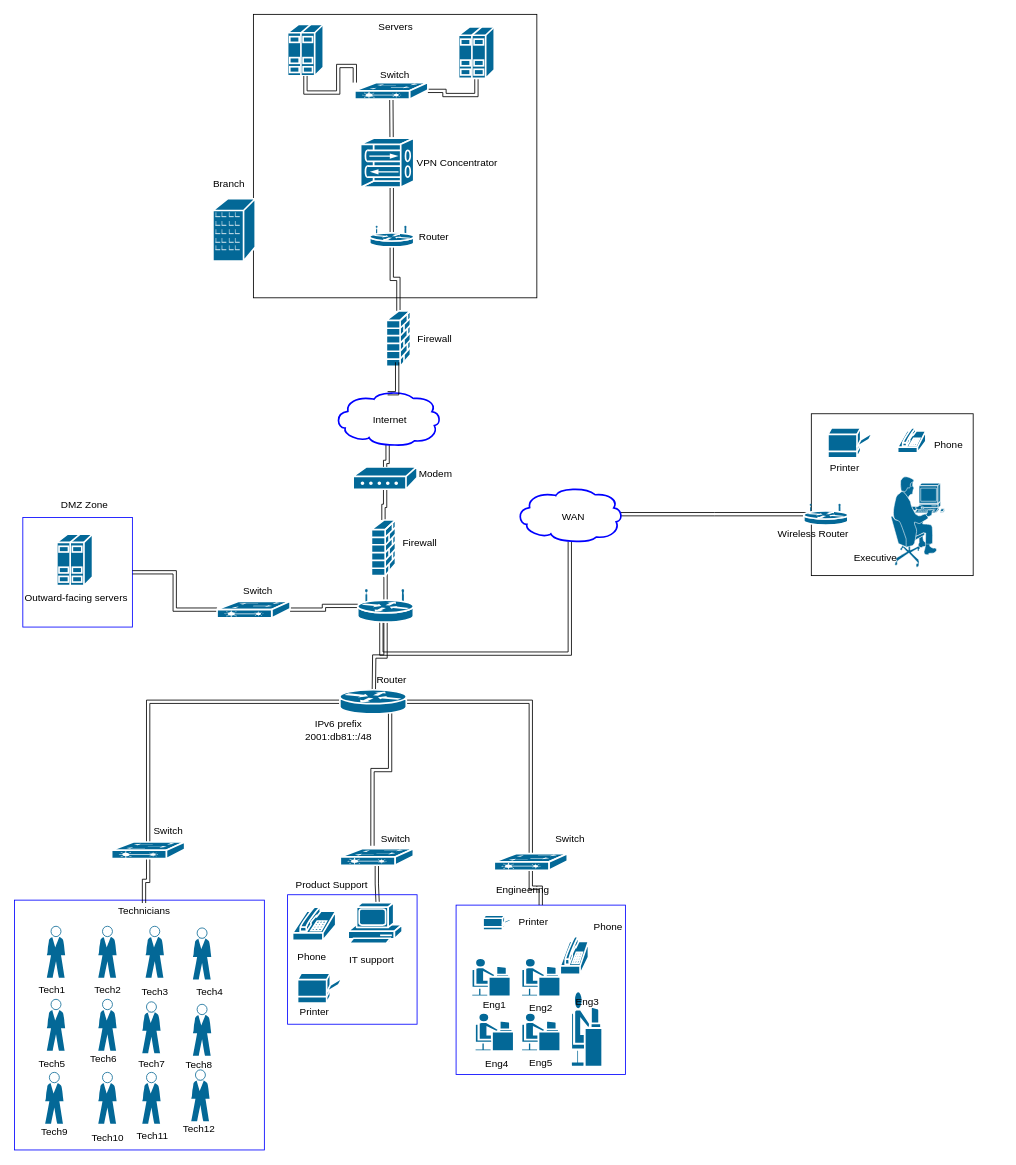
Earlier version of the draw.io diagram Subnet IPv6 Network.drawio (WDBug/WDBug). Source tidied: cells renumbered, new cells numbered last; positions are measured from the earlier drawing's top-left corner, leaving out a move shared by most shapes. Both pictures are drawn from the tidied source at 83%, with x=0, y=0 at pixel (14, 14).
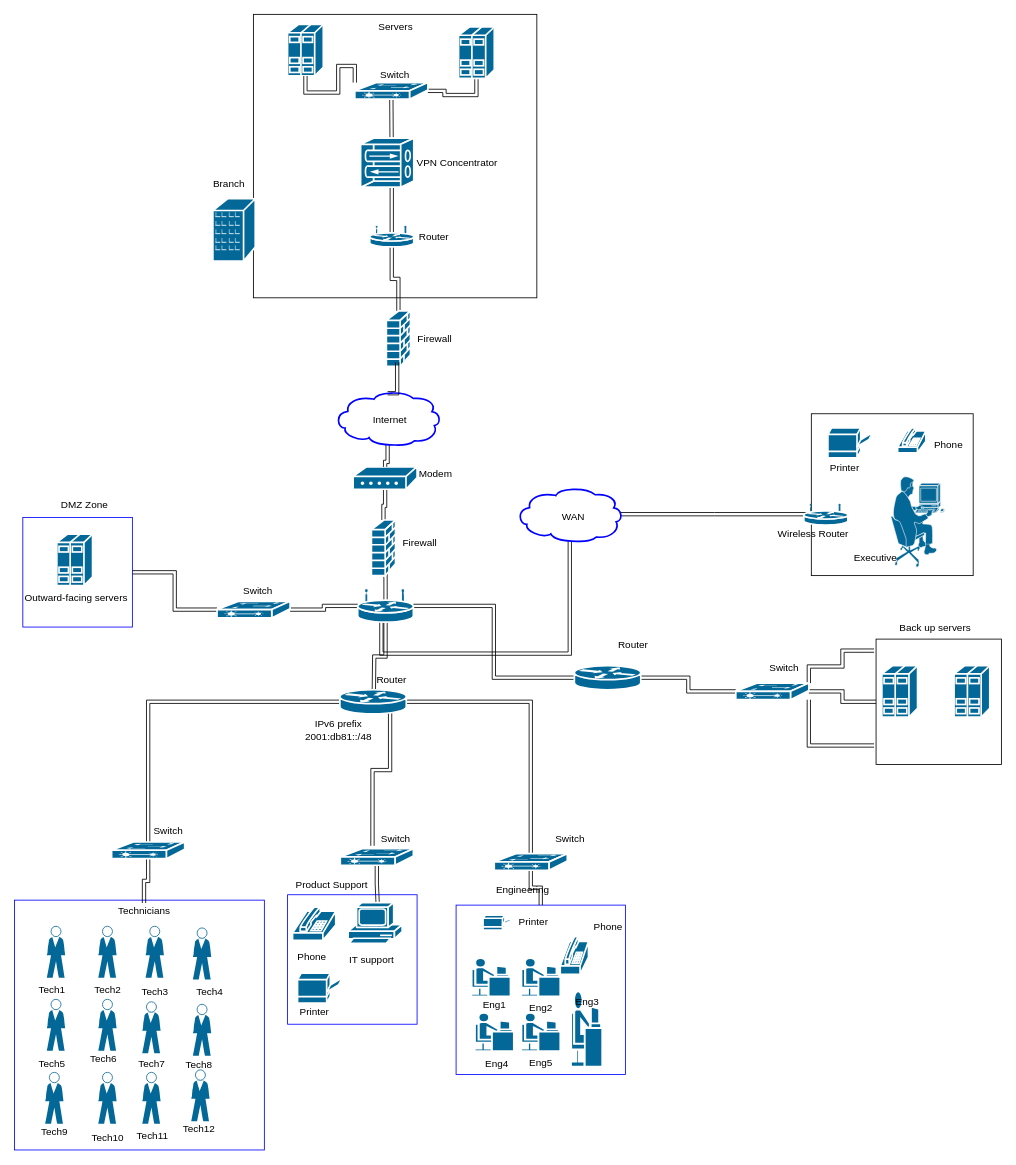
Above is the later version.

The change refers to these unchanged cells:
```xml
<mxCell id="15" style="shape=mxgraph.cisco.routers.wireless_router;sketch=0;html=1;dashed=0;fillColor=#036897;strokeColor=#ffffff;strokeWidth=2;verticalLabelPosition=bottom;verticalAlign=top;align=center;outlineConnect=0;" parent="1" vertex="1">
  <mxGeometry x="413.5" y="693" width="67" height="39" as="geometry" />
</mxCell>
```

Diff of the diagram source:
```diff
@@
+    <mxCell id="118" style="edgeStyle=orthogonalEdgeStyle;rounded=0;jettySize=auto;html=1;entryX=0;entryY=0.5;entryDx=0;entryDy=0;entryPerimeter=0;shape=link;" parent="1" edge="1" source="15" target="120">
+      <mxGeometry relative="1" as="geometry" />
+    </mxCell>
@@
+    <mxCell id="119" style="edgeStyle=orthogonalEdgeStyle;shape=link;rounded=0;jettySize=auto;html=1;entryX=0;entryY=0.5;entryDx=0;entryDy=0;entryPerimeter=0;" parent="1" edge="1" source="120" target="126">
+      <mxGeometry relative="1" as="geometry" />
+    </mxCell>
+    <mxCell id="120" style="shape=mxgraph.cisco.routers.router;sketch=0;html=1;dashed=0;fillColor=#036897;strokeColor=#ffffff;strokeWidth=2;verticalLabelPosition=bottom;verticalAlign=top;align=center;outlineConnect=0;" parent="1" vertex="1">
+      <mxGeometry x="674.5" y="784.5" width="80" height="29" as="geometry" />
+    </mxCell>
+    <mxCell id="121" style="shape=mxgraph.cisco.servers.standard_host;sketch=0;html=1;dashed=0;fillColor=#036897;strokeColor=#ffffff;strokeWidth=2;verticalLabelPosition=bottom;verticalAlign=top;align=center;" parent="1" vertex="1">
+      <mxGeometry x="1132" y="784.5" width="43" height="62" as="geometry" />
+    </mxCell>
+    <mxCell id="122" style="shape=mxgraph.cisco.servers.standard_host;sketch=0;html=1;dashed=0;fillColor=#036897;strokeColor=#ffffff;strokeWidth=2;verticalLabelPosition=bottom;verticalAlign=top;align=center;direction=south;rotation=-90;" parent="1" vertex="1">
+      <mxGeometry x="1035.5" y="794" width="62" height="43" as="geometry" />
+    </mxCell>
+    <mxCell id="123" style="edgeStyle=orthogonalEdgeStyle;shape=link;rounded=0;jettySize=auto;html=1;" parent="1" edge="1" source="126" target="127">
+      <mxGeometry relative="1" as="geometry" />
+    </mxCell>
+    <mxCell id="124" style="edgeStyle=orthogonalEdgeStyle;shape=link;rounded=0;jettySize=auto;html=1;exitX=1;exitY=0;exitDx=0;exitDy=0;exitPerimeter=0;entryX=-0.016;entryY=0.092;entryDx=0;entryDy=0;entryPerimeter=0;" parent="1" edge="1" source="126" target="127">
+      <mxGeometry relative="1" as="geometry" />
+    </mxCell>
+    <mxCell id="125" style="edgeStyle=orthogonalEdgeStyle;shape=link;rounded=0;jettySize=auto;html=1;exitX=1;exitY=1;exitDx=0;exitDy=0;exitPerimeter=0;entryX=-0.016;entryY=0.849;entryDx=0;entryDy=0;entryPerimeter=0;" parent="1" edge="1" source="126" target="127">
+      <mxGeometry relative="1" as="geometry" />
+    </mxCell>
+    <mxCell id="126" style="shape=mxgraph.cisco.switches.layer_2_remote_switch;sketch=0;html=1;dashed=0;fillColor=#036897;strokeColor=#ffffff;strokeWidth=2;verticalLabelPosition=bottom;verticalAlign=top;align=center;outlineConnect=0;" parent="1" vertex="1">
+      <mxGeometry x="869" y="805.5" width="88" height="20" as="geometry" />
+    </mxCell>
+    <mxCell id="127" style="whiteSpace=wrap;html=1;gradientColor=#ffffff;fillColor=none;" parent="1" vertex="1">
+      <mxGeometry x="1038" y="752.5" width="151" height="151" as="geometry" />
+    </mxCell>
+    <mxCell id="128" value="Router" style="text;html=1;align=center;verticalAlign=middle;strokeColor=none;fillColor=none;" parent="1" vertex="1">
+      <mxGeometry x="721" y="751" width="47" height="18" as="geometry" />
+    </mxCell>
+    <mxCell id="129" value="Switch" style="text;html=1;align=center;verticalAlign=middle;strokeColor=none;fillColor=none;" parent="1" vertex="1">
+      <mxGeometry x="904" y="779" width="46" height="18" as="geometry" />
+    </mxCell>
+    <mxCell id="130" value="Back up servers" style="text;html=1;align=center;verticalAlign=middle;strokeColor=none;fillColor=none;" parent="1" vertex="1">
+      <mxGeometry x="1060" y="730" width="98" height="18" as="geometry" />
+    </mxCell>
```
